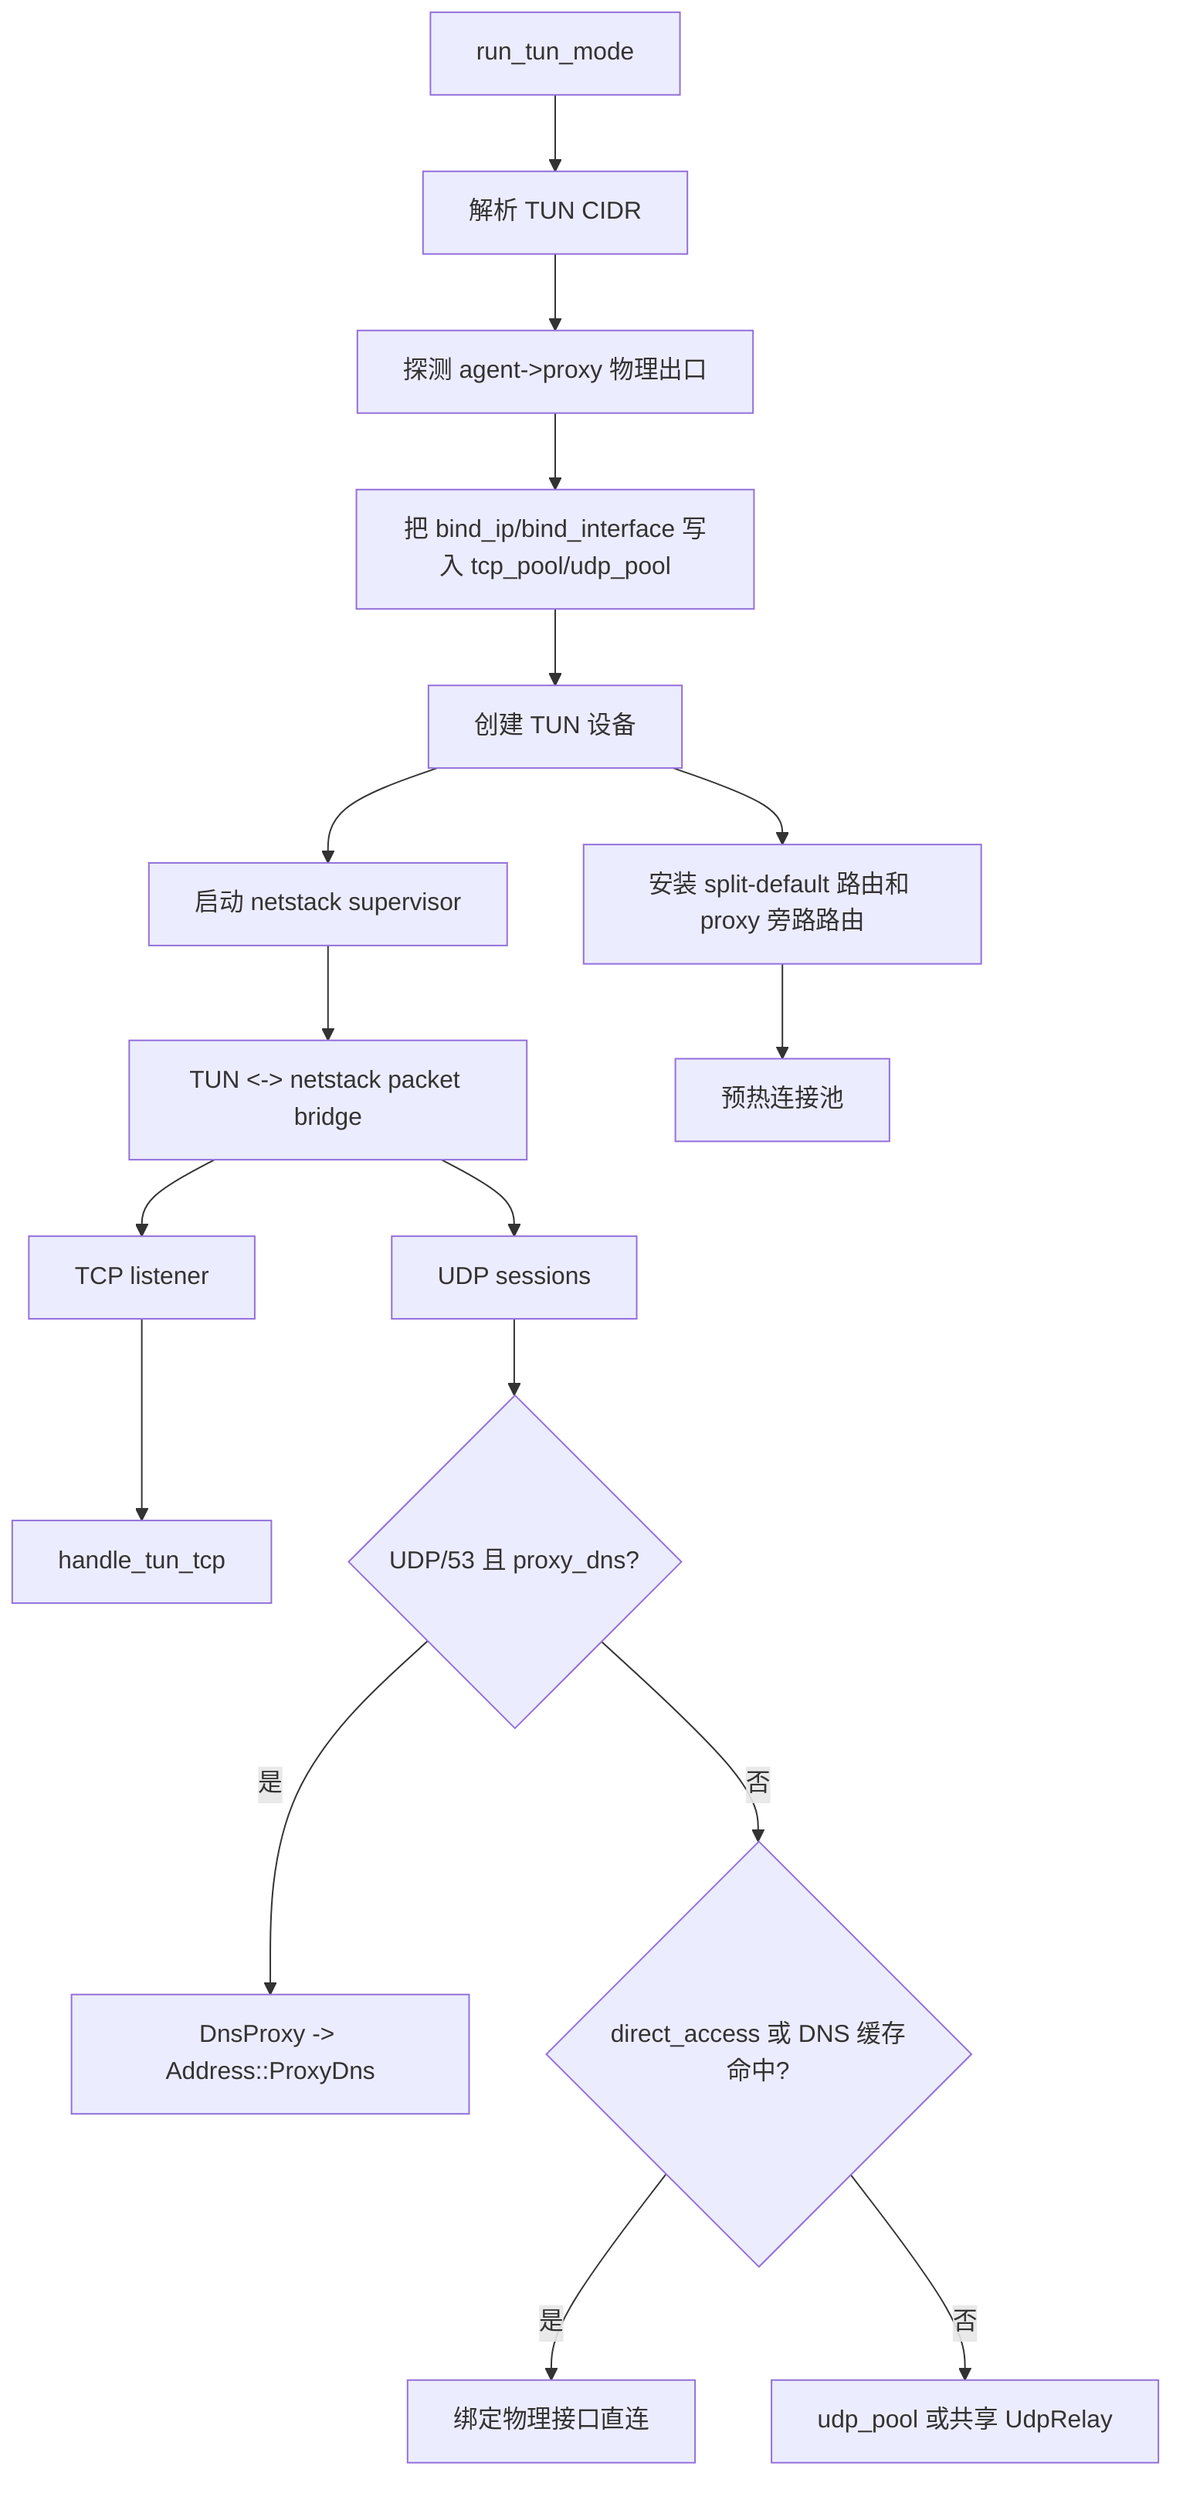
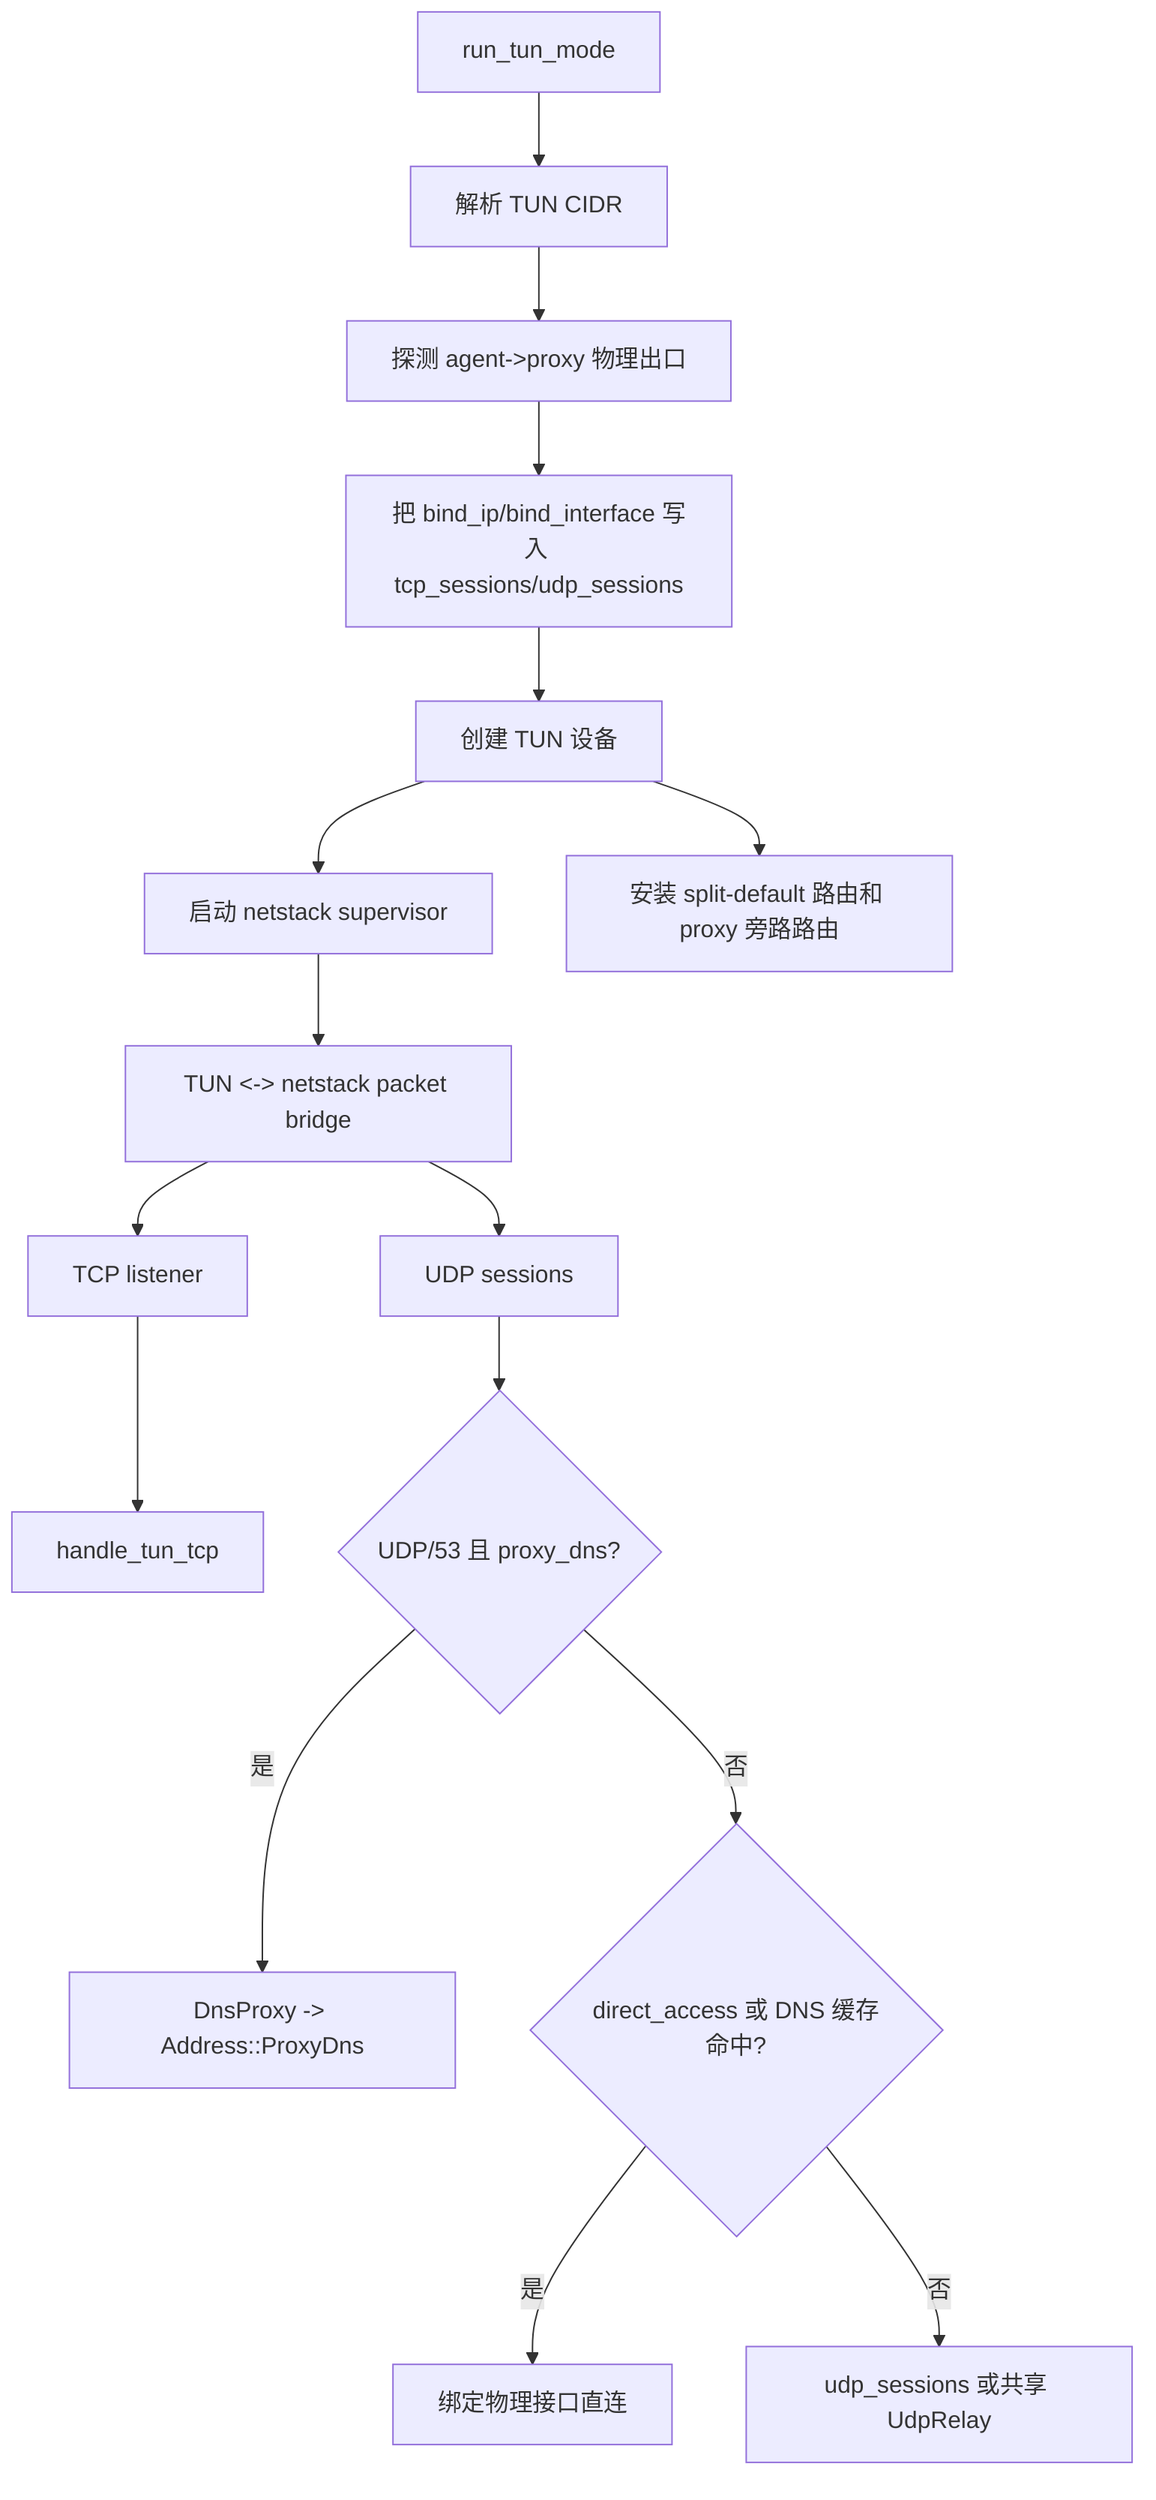
flowchart TD
    A["run_tun_mode"] --> B["解析 TUN CIDR"]
    B --> C["探测 agent->proxy 物理出口"]
-     C --> D["把 bind_ip/bind_interface 写入 tcp_pool/udp_pool"]
+     C --> D["把 bind_ip/bind_interface 写入 tcp_sessions/udp_sessions"]
    D --> E["创建 TUN 设备"]
    E --> F["启动 netstack supervisor"]
    F --> G["TUN <-> netstack packet bridge"]
    G --> H["TCP listener"]
    G --> I["UDP sessions"]
    E --> J["安装 split-default 路由和 proxy 旁路路由"]
-     J --> K["预热连接池"]
    H --> L["handle_tun_tcp"]
    I --> M{"UDP/53 且 proxy_dns?"}
    M -->|"是"| N["DnsProxy -> Address::ProxyDns"]
    M -->|"否"| O{"direct_access 或 DNS 缓存命中?"}
    O -->|"是"| P["绑定物理接口直连"]
-     O -->|"否"| Q["udp_pool 或共享 UdpRelay"]
+     O -->|"否"| Q["udp_sessions 或共享 UdpRelay"]
